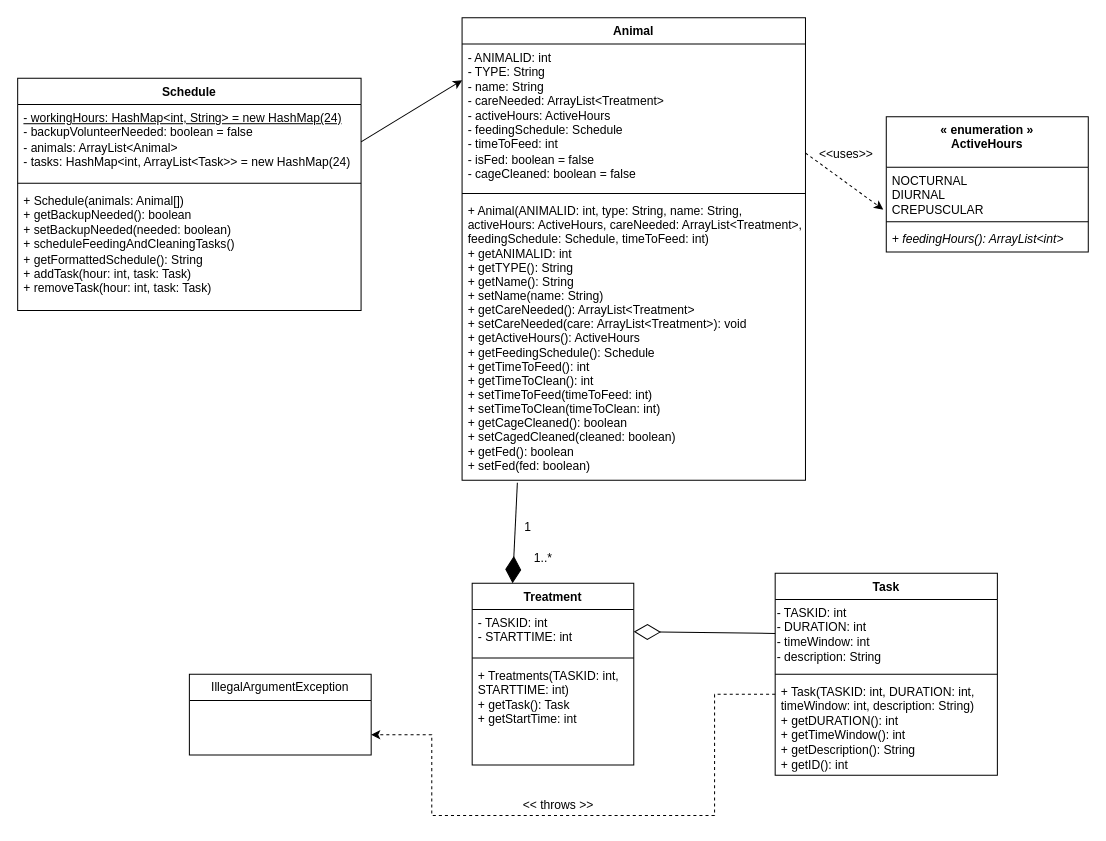
aryan-karadia/Mock-Schedule-Builder keeps this draw.io diagram as 64.drawio. Above is the earlier version. Source tidied: cells renumbered, new cells numbered last; positions are measured from the earlier drawing's top-left corner, leaving out a move shared by most shapes. Both pictures are drawn from the tidied source at 101%, with x=0, y=0 at pixel (17, 17).
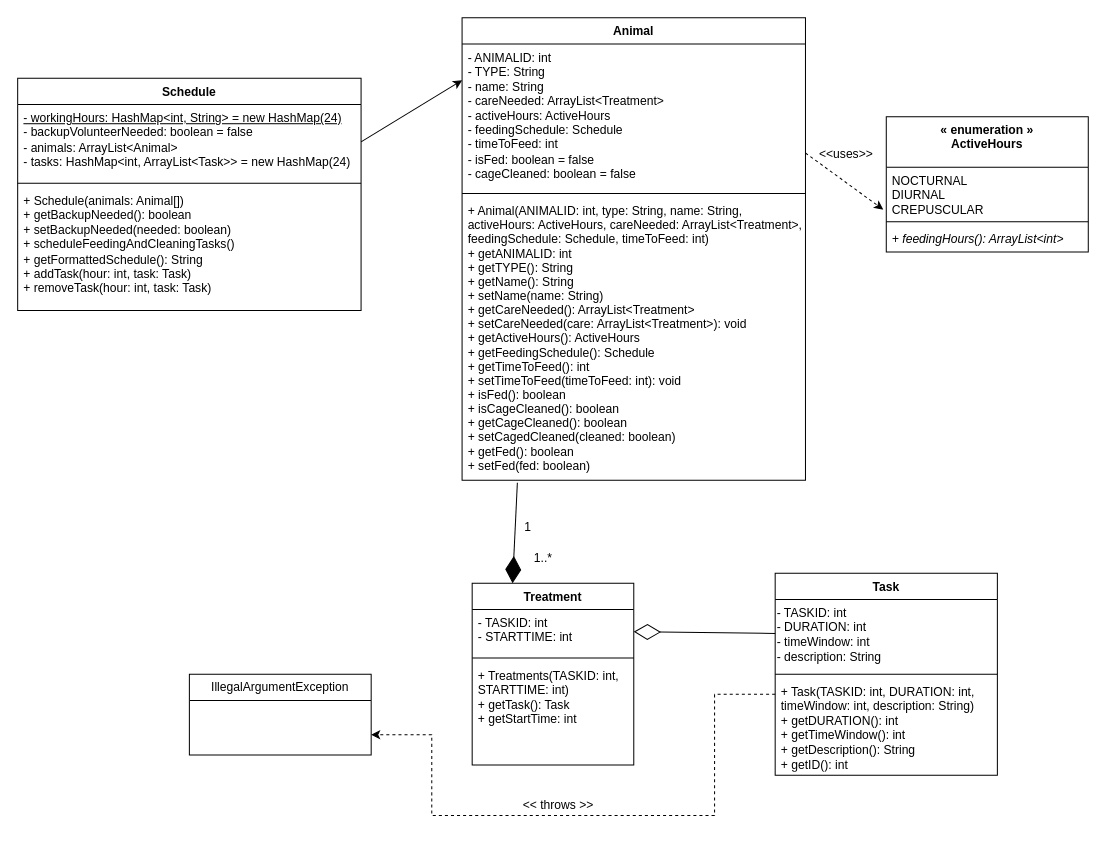
The same diagram, later.

Commit message:
Animal Class: added + isCageCleaned(): boolean

Unchanged cells that the change refers to:
```xml
<mxCell id="2" value="Animal" style="swimlane;fontStyle=1;align=center;verticalAlign=top;horizontal=1;startSize=26;" parent="1" vertex="1">
  <mxGeometry x="440" width="340" height="458" as="geometry" />
</mxCell>
```

What changed in the source:
```diff
@@
-    <mxCell id="5" value="+ Animal(ANIMALID: int, type: String, name: String, &#10;activeHours: ActiveHours, careNeeded: ArrayList&lt;Treatment&gt;, &#10;feedingSchedule: Schedule, timeToFeed: int)&#10;+ getANIMALID: int&#10;+ getTYPE(): String&#10;+ getName(): String&#10;+ setName(name: String)&#10;+ getCareNeeded(): ArrayList&lt;Treatment&gt;&#10;+ setCareNeeded(care: ArrayList&lt;Treatment&gt;): void&#10;+ getActiveHours(): ActiveHours&#10;+ getFeedingSchedule(): Schedule&#10;+ getTimeToFeed(): int&#10;+ getTimeToClean(): int&#10;+ setTimeToFeed(timeToFeed: int)&#10;+ setTimeToClean(timeToClean: int)&#10;+ getCageCleaned(): boolean&#10;+ setCagedCleaned(cleaned: boolean)&#10;+ getFed(): boolean&#10;+ setFed(fed: boolean)&#10;&#10;" style="text;strokeColor=none;fillColor=none;align=left;verticalAlign=top;spacingLeft=4;spacingRight=4;overflow=hidden;points=[[0,0.5],[1,0.5]];portConstraint=eastwest;" parent="2" vertex="1">
+    <mxCell id="5" value="+ Animal(ANIMALID: int, type: String, name: String, &#10;activeHours: ActiveHours, careNeeded: ArrayList&lt;Treatment&gt;, &#10;feedingSchedule: Schedule, timeToFeed: int)&#10;+ getANIMALID: int&#10;+ getTYPE(): String&#10;+ getName(): String&#10;+ setName(name: String)&#10;+ getCareNeeded(): ArrayList&lt;Treatment&gt;&#10;+ setCareNeeded(care: ArrayList&lt;Treatment&gt;): void&#10;+ getActiveHours(): ActiveHours&#10;+ getFeedingSchedule(): Schedule&#10;+ getTimeToFeed(): int&#10;+ setTimeToFeed(timeToFeed: int): void&#10;+ isFed(): boolean&#10;+ isCageCleaned(): boolean&#10;+ getCageCleaned(): boolean&#10;+ setCagedCleaned(cleaned: boolean)&#10;+ getFed(): boolean&#10;+ setFed(fed: boolean)&#10;&#10;" style="text;strokeColor=none;fillColor=none;align=left;verticalAlign=top;spacingLeft=4;spacingRight=4;overflow=hidden;points=[[0,0.5],[1,0.5]];portConstraint=eastwest;" parent="2" vertex="1">
       <mxGeometry y="178" width="340" height="280" as="geometry" />
     </mxCell>
```
